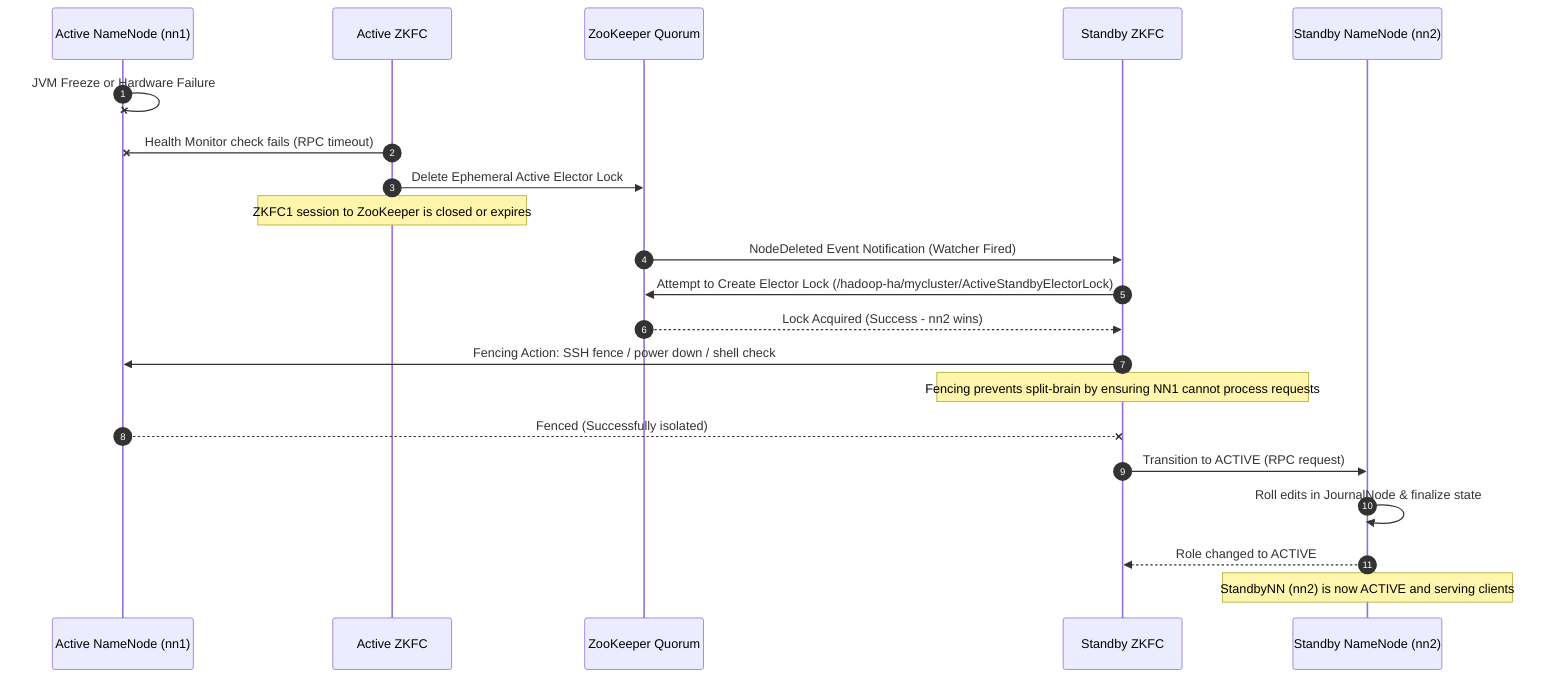
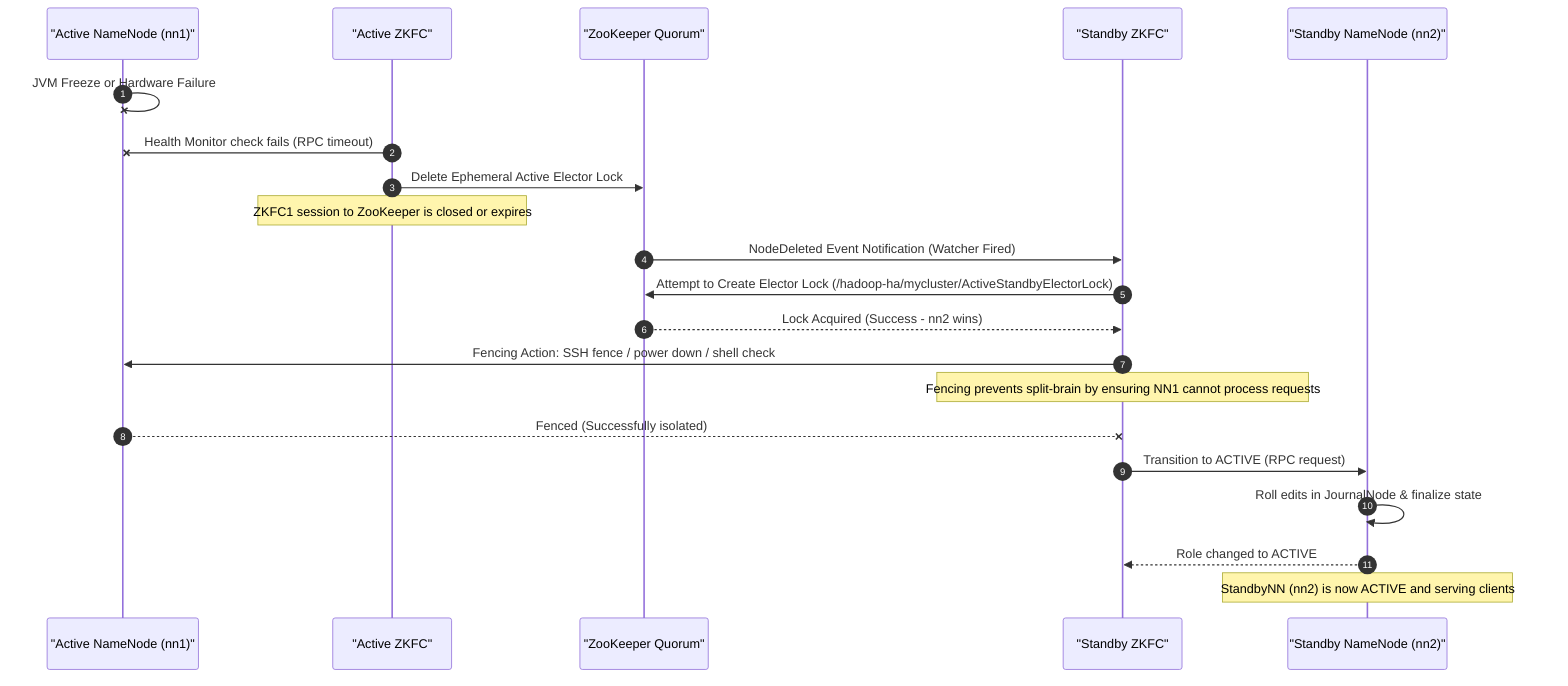
sequenceDiagram
    autonumber
-     participant ActiveNN as Active NameNode (nn1)
-     participant ZKFC1 as Active ZKFC
-     participant ZK as ZooKeeper Quorum
-     participant ZKFC2 as Standby ZKFC
-     participant StandbyNN as Standby NameNode (nn2)
+     participant ActiveNN as "Active NameNode (nn1)"
+     participant ZKFC1 as "Active ZKFC"
+     participant ZK as "ZooKeeper Quorum"
+     participant ZKFC2 as "Standby ZKFC"
+     participant StandbyNN as "Standby NameNode (nn2)"

    ActiveNN-xActiveNN: JVM Freeze or Hardware Failure
    ZKFC1-xActiveNN: Health Monitor check fails (RPC timeout)
    ZKFC1->>ZK: Delete Ephemeral Active Elector Lock
    Note over ZKFC1: ZKFC1 session to ZooKeeper is closed or expires

    ZK->>ZKFC2: NodeDeleted Event Notification (Watcher Fired)
    ZKFC2->>ZK: Attempt to Create Elector Lock (/hadoop-ha/mycluster/ActiveStandbyElectorLock)
    ZK-->>ZKFC2: Lock Acquired (Success - nn2 wins)

    ZKFC2->>ActiveNN: Fencing Action: SSH fence / power down / shell check
    Note over ZKFC2: Fencing prevents split-brain by ensuring NN1 cannot process requests
    ActiveNN--xZKFC2: Fenced (Successfully isolated)

    ZKFC2->>StandbyNN: Transition to ACTIVE (RPC request)
    StandbyNN->>StandbyNN: Roll edits in JournalNode & finalize state
    StandbyNN-->>ZKFC2: Role changed to ACTIVE
    Note over StandbyNN: StandbyNN (nn2) is now ACTIVE and serving clients
